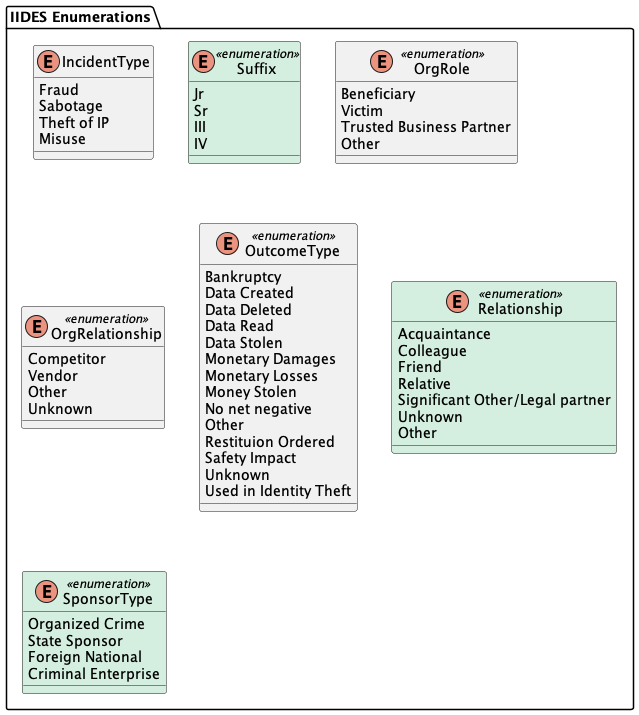
Earlier version of the PlantUML export UML/out/IIDES_Enumerations.png (cmu-sei/iides).
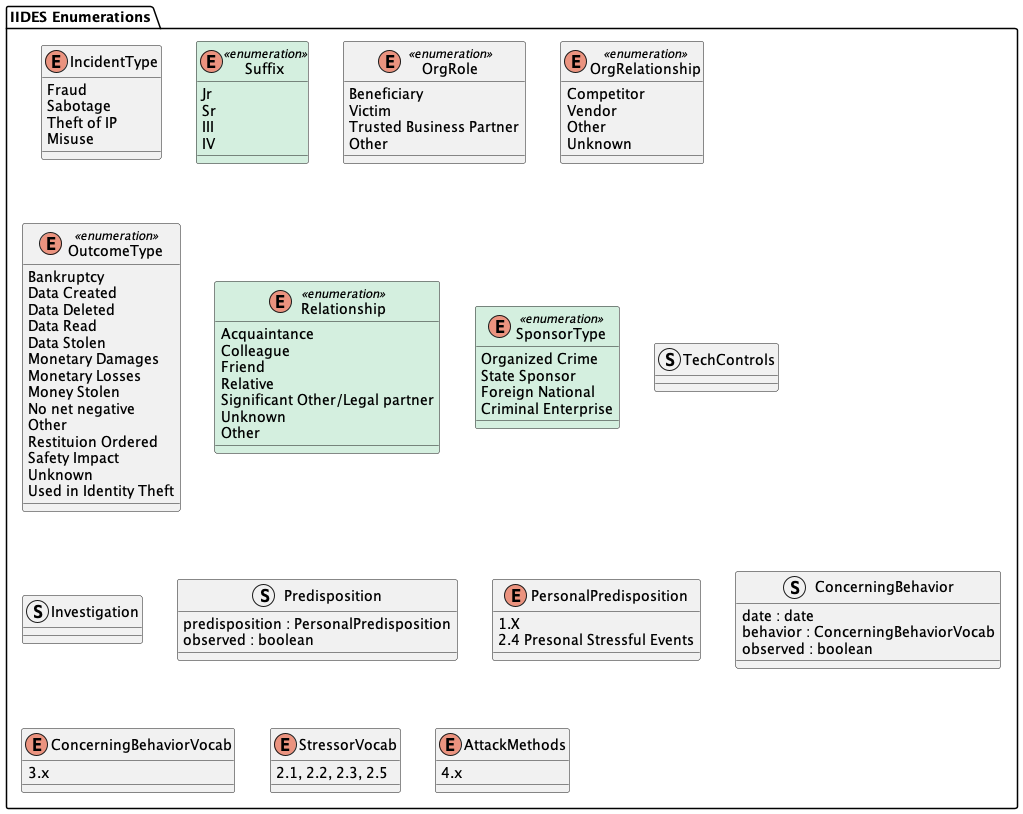
After the change.

What changed in the source:
```diff
@@ -56,5 +56,30 @@
         Foreign National
         Criminal Enterprise
     }
+
+    struct TechControls {}
+    struct Investigation {}
+    struct Predisposition {
+        predisposition : PersonalPredisposition
+        observed : boolean
+    }
+    enum PersonalPredisposition {
+        1.X
+        2.4 Presonal Stressful Events
+    }
+    struct ConcerningBehavior {
+        date : date
+        behavior : ConcerningBehaviorVocab
+        observed : boolean
+    }
+    enum ConcerningBehaviorVocab {
+        3.x
+    }
+    enum StressorVocab {
+        2.1, 2.2, 2.3, 2.5
+    }
+    enum AttackMethods {
+        4.x
+    }
 }
 @enduml
```
